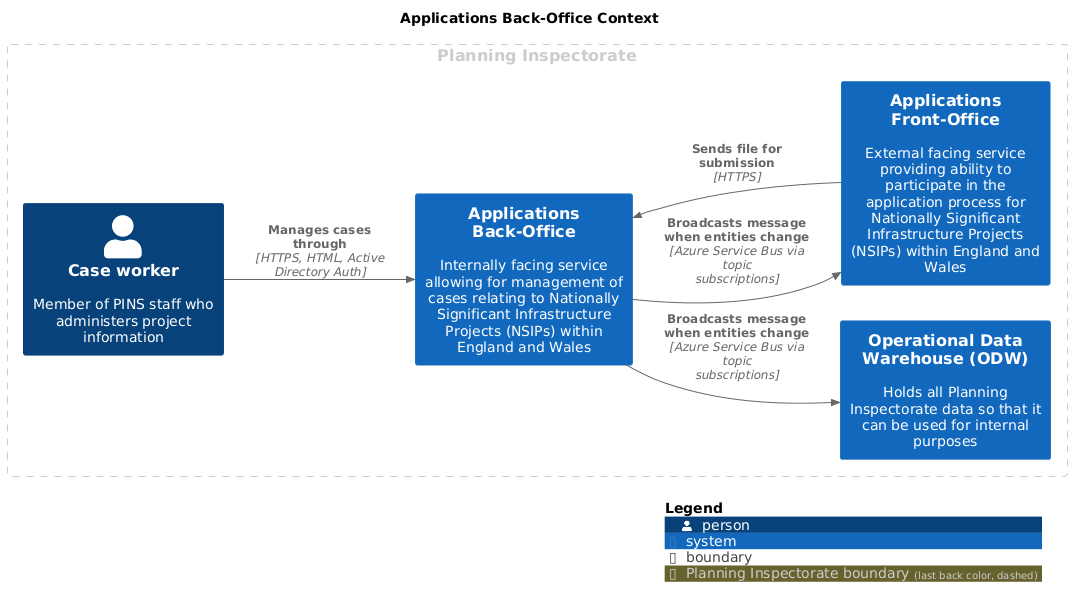
The PlantUML diagram master/png/ApplicationsBOContext.png in Planning-Inspectorate/applications-service, before a commit.
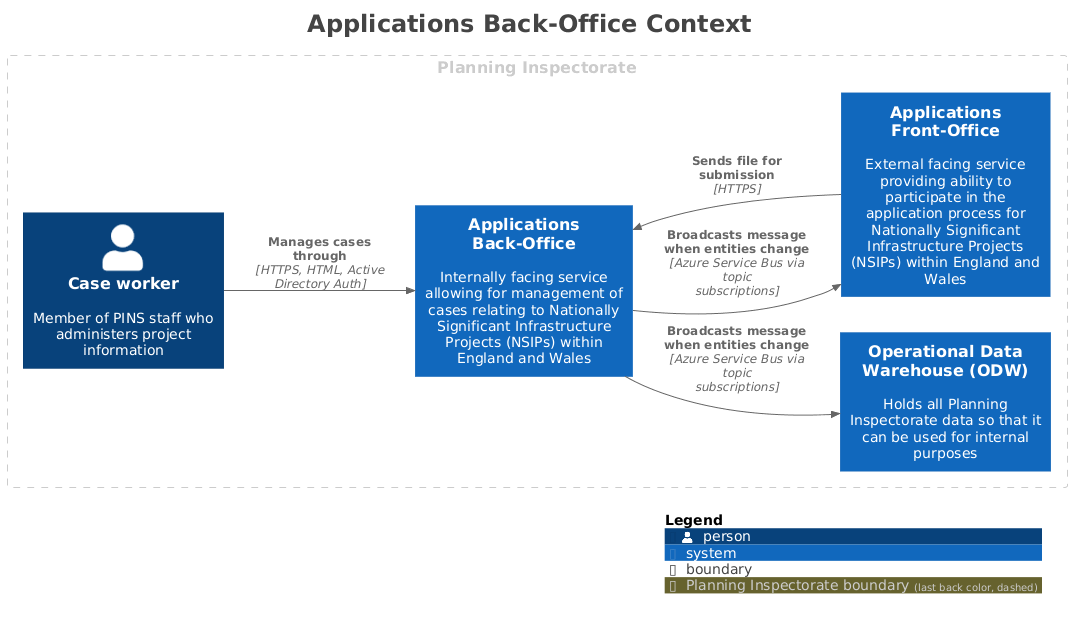
After the commit.

The edit, as a diff of the source:
```diff
@@ -1,8 +1,15 @@
 @startuml
+title <size:24>Applications Back-Office Context</size>
+
 set separator none
-title Applications Back-Office Context
+left to right direction
 
-left to right direction
+<style>
+  root {
+    BackgroundColor: #ffffff
+    FontColor: #444444
+  }
+</style>
 
 !include <C4/C4>
 !include <C4/C4_Context>
@@ -22,4 +29,5 @@
 Rel(ApplicationsBackOffice, ApplicationsFrontOffice, "Broadcasts message when entities change", $techn="Azure Service Bus via topic subscriptions", $tags="", $link="")
 
 SHOW_LEGEND(true)
+hide stereotypes
 @enduml
```
